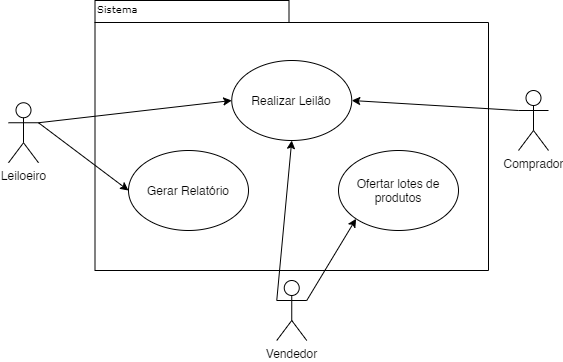
Earlier version of the draw.io export Aula2/diagrama_casos_de_uso.png (C4i0kun/PCS3643-2021-Grupo5). Source tidied: cells renumbered, new cells last; positions are measured from the earlier drawing's top-left corner, leaving out a move shared by most shapes.
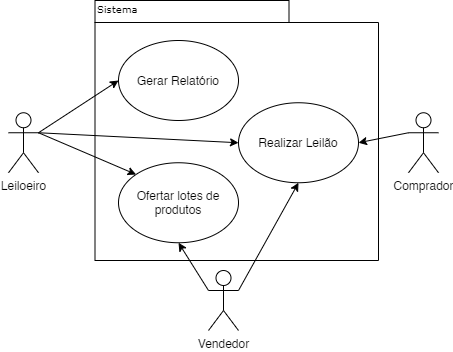
Above is the later version.

Commit message:
Adiciona revisão dos casos de uso

The edit, as a diff of the source:
```diff
@@ -3,7 +3,7 @@
     <mxCell id="0" />
     <mxCell id="1" parent="0" />
     <mxCell id="2" style="shape=folder;fontStyle=1;spacingTop=10;tabWidth=194;tabHeight=22;tabPosition=left;html=1;rounded=0;shadow=0;comic=0;labelBackgroundColor=none;strokeWidth=1;fillColor=none;fontFamily=Verdana;fontSize=10;align=center;" parent="1" vertex="1">
-      <mxGeometry x="86.5" width="393.5" height="270" as="geometry" />
+      <mxGeometry x="86.5" width="283.5" height="260" as="geometry" />
     </mxCell>
     <mxCell id="3" value="Sistema" style="text;html=1;align=left;verticalAlign=top;spacingTop=-4;fontSize=10;fontFamily=Verdana;" parent="1" vertex="1">
       <mxGeometry x="86.5" width="130" height="20" as="geometry" />
@@ -11,35 +11,38 @@
     <mxCell id="4" style="edgeStyle=none;rounded=0;jettySize=auto;html=1;exitX=1;exitY=0.3333333333333333;exitDx=0;exitDy=0;exitPerimeter=0;entryX=0;entryY=0.5;entryDx=0;entryDy=0;" parent="1" edge="1" source="5" target="13">
       <mxGeometry relative="1" as="geometry" />
     </mxCell>
+    <mxCell id="15" style="rounded=0;jettySize=auto;html=1;exitX=1;exitY=0.3333333333333333;exitDx=0;exitDy=0;exitPerimeter=0;entryX=0;entryY=0;entryDx=0;entryDy=0;" parent="1" edge="1" source="5" target="14">
+      <mxGeometry relative="1" as="geometry" />
+    </mxCell>
     <mxCell id="5" value="Leiloeiro" style="shape=umlActor;verticalLabelPosition=bottom;verticalAlign=top;html=1;outlineConnect=0;" parent="1" vertex="1">
-      <mxGeometry y="102.2" width="30" height="60" as="geometry" />
+      <mxGeometry y="112.2" width="30" height="60" as="geometry" />
     </mxCell>
-    <mxCell id="6" style="edgeStyle=none;rounded=0;jettySize=auto;html=1;exitX=0;exitY=0.3333333333333333;exitDx=0;exitDy=0;exitPerimeter=0;entryX=0.5;entryY=1;entryDx=0;entryDy=0;" parent="1" edge="1" source="8" target="11">
+    <mxCell id="6" style="edgeStyle=none;rounded=0;jettySize=auto;html=1;exitX=1;exitY=0.3333333333333333;exitDx=0;exitDy=0;exitPerimeter=0;entryX=0.5;entryY=1;entryDx=0;entryDy=0;" parent="1" edge="1" source="8" target="11">
       <mxGeometry relative="1" as="geometry" />
     </mxCell>
-    <mxCell id="7" style="edgeStyle=none;rounded=0;jettySize=auto;html=1;exitX=1;exitY=0.3333333333333333;exitDx=0;exitDy=0;exitPerimeter=0;entryX=0;entryY=1;entryDx=0;entryDy=0;" parent="1" edge="1" source="8" target="14">
+    <mxCell id="7" style="edgeStyle=none;rounded=0;jettySize=auto;html=1;exitX=0;exitY=0.3333333333333333;exitDx=0;exitDy=0;exitPerimeter=0;entryX=0.5;entryY=1;entryDx=0;entryDy=0;" parent="1" edge="1" source="8" target="14">
       <mxGeometry relative="1" as="geometry" />
     </mxCell>
     <mxCell id="8" value="Vendedor" style="shape=umlActor;verticalLabelPosition=bottom;verticalAlign=top;html=1;outlineConnect=0;" parent="1" vertex="1">
-      <mxGeometry x="268.2" y="280" width="30" height="60" as="geometry" />
+      <mxGeometry x="200" y="270" width="30" height="60" as="geometry" />
     </mxCell>
     <mxCell id="9" style="edgeStyle=none;rounded=0;jettySize=auto;html=1;exitX=0;exitY=0.3333333333333333;exitDx=0;exitDy=0;exitPerimeter=0;entryX=1;entryY=0.5;entryDx=0;entryDy=0;" parent="1" edge="1" source="10" target="11">
       <mxGeometry relative="1" as="geometry" />
     </mxCell>
     <mxCell id="10" value="Comprador" style="shape=umlActor;verticalLabelPosition=bottom;verticalAlign=top;html=1;outlineConnect=0;" parent="1" vertex="1">
-      <mxGeometry x="510" y="90" width="30" height="60" as="geometry" />
+      <mxGeometry x="400" y="112.2" width="30" height="60" as="geometry" />
     </mxCell>
     <mxCell id="11" value="Realizar Leilão" style="ellipse;whiteSpace=wrap;html=1;" parent="1" vertex="1">
-      <mxGeometry x="223.2" y="60" width="120" height="80" as="geometry" />
+      <mxGeometry x="230" y="102.2" width="120" height="80" as="geometry" />
     </mxCell>
     <mxCell id="12" style="endArrow=classic;html=1;exitX=1;exitY=0.3333333333333333;exitDx=0;exitDy=0;exitPerimeter=0;entryX=0;entryY=0.5;entryDx=0;entryDy=0;" parent="1" edge="1" source="5" target="11">
       <mxGeometry relative="1" as="geometry" />
     </mxCell>
     <mxCell id="13" value="Gerar Relatório" style="ellipse;whiteSpace=wrap;html=1;" parent="1" vertex="1">
-      <mxGeometry x="120" y="150" width="120" height="80" as="geometry" />
+      <mxGeometry x="110" y="40" width="120" height="80" as="geometry" />
     </mxCell>
     <mxCell id="14" value="Ofertar lotes de produtos" style="ellipse;whiteSpace=wrap;html=1;" parent="1" vertex="1">
-      <mxGeometry x="330" y="150" width="120" height="80" as="geometry" />
+      <mxGeometry x="110" y="162.2" width="120" height="80" as="geometry" />
     </mxCell>
   </root>
 </mxGraphModel>
```
